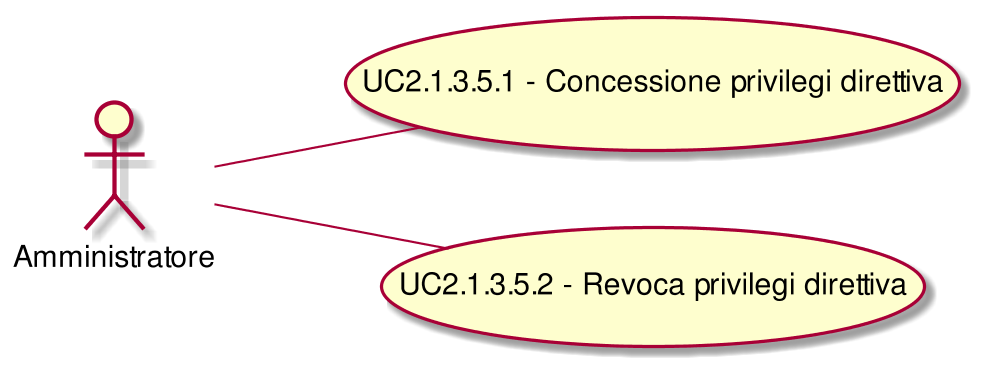
CoCodeSWE/Docs keeps this PlantUML diagram as RR/Esterni/AnalisiDeiRequisiti/images/UseCaseUC2135.png. Above is the earlier version. Source of this version:
```plantuml
@startuml
scale 1000*1000
left to right direction
( UC2.1.3.5.1 - Concessione privilegi direttiva ) as (UC2.1.3.5.1)
:Amministratore:--(UC2.1.3.5.1)
( UC2.1.3.5.2 - Revoca privilegi direttiva ) as (UC2.1.3.5.2)
:Amministratore:--(UC2.1.3.5.2)
@enduml
```
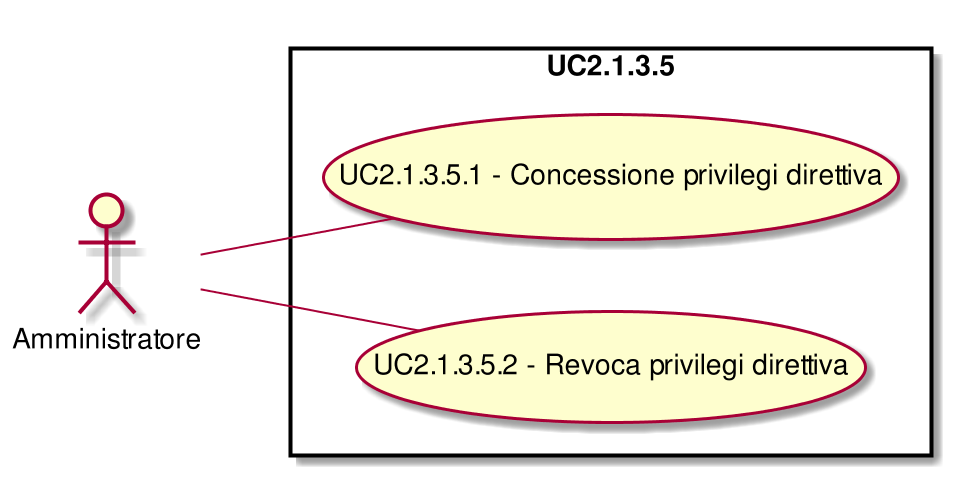
The same file after the commit.

Diff of the diagram source:
```diff
@@ -1,8 +1,12 @@
 @startuml
 scale 1000*1000
 left to right direction
+skinparam packageStyle rect
+:Amministratore:
+rectangle UC2.1.3.5{
 ( UC2.1.3.5.1 - Concessione privilegi direttiva ) as (UC2.1.3.5.1)
 :Amministratore:--(UC2.1.3.5.1)
 ( UC2.1.3.5.2 - Revoca privilegi direttiva ) as (UC2.1.3.5.2)
 :Amministratore:--(UC2.1.3.5.2)
+}
 @enduml
```
